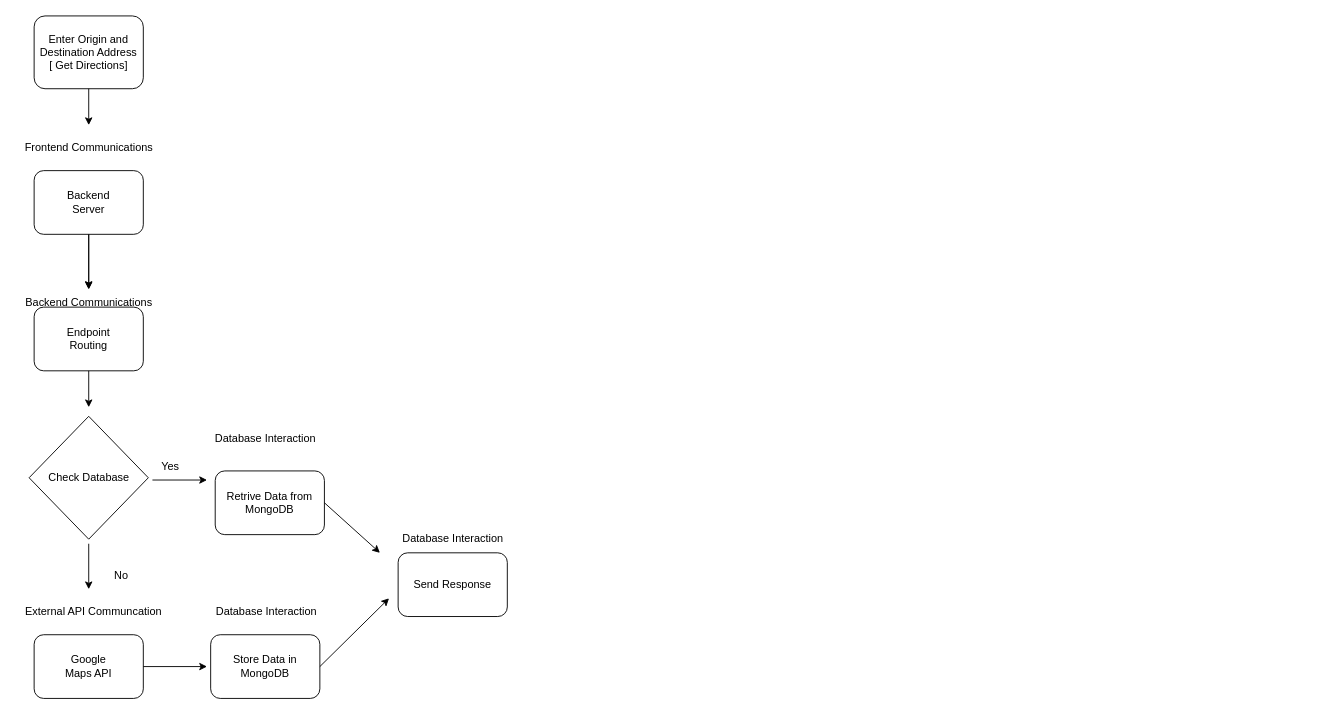
The draw.io diagram flowChart.drawio in dead9ixel6/map-routing-service, before the edit. Source tidied: cells renumbered, new cells numbered last; positions are measured from the earlier drawing's top-left corner, leaving out a move shared by most shapes. Both pictures are drawn from the tidied source at 91%, with x=0, y=0 at pixel (15, 15).
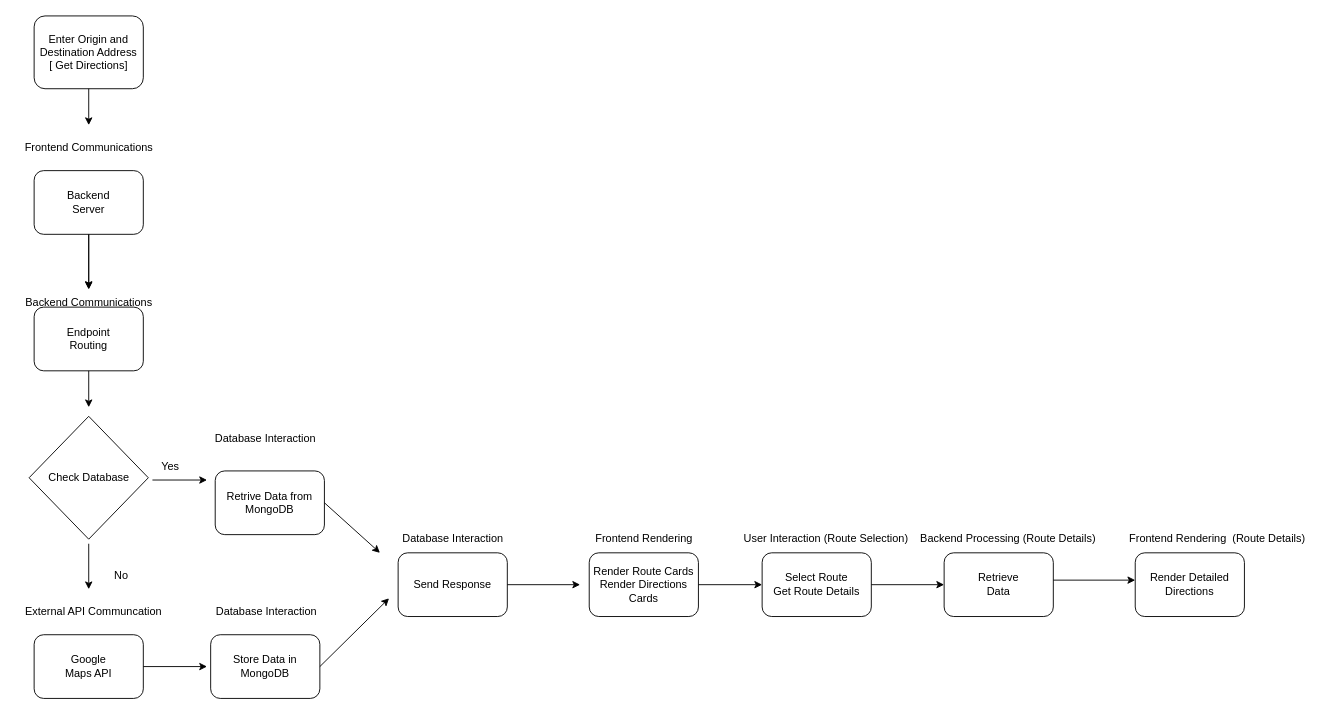
The same diagram, later.

Commit message (it also covers changes not shown here):
Flow Chart and System Design added

What changed in the source:
```diff
@@
+    <mxCell id="27" value="Render Route Cards&lt;br&gt;Render Directions Cards" style="rounded=1;whiteSpace=wrap;html=1;" parent="1" vertex="1">
+      <mxGeometry x="630" y="590" width="120" height="70" as="geometry" />
+    </mxCell>
+    <mxCell id="28" value="Frontend Rendering" style="text;html=1;align=center;verticalAlign=middle;strokeColor=none;fillColor=none;" parent="1" vertex="1">
+      <mxGeometry x="625" y="560" width="130" height="30" as="geometry" />
+    </mxCell>
+    <mxCell id="29" style="endArrow=classic;html=1;rounded=0;" parent="1" edge="1">
+      <mxGeometry relative="1" as="geometry">
+        <mxPoint x="540" y="625" as="sourcePoint" />
+        <mxPoint x="620" y="625" as="targetPoint" />
+      </mxGeometry>
+    </mxCell>
+    <mxCell id="30" value="Select Route&lt;br&gt;Get Route Details" style="rounded=1;whiteSpace=wrap;html=1;" parent="1" vertex="1">
+      <mxGeometry x="820" y="590" width="120" height="70" as="geometry" />
+    </mxCell>
+    <mxCell id="31" value="User Interaction (Route Selection)" style="text;html=1;align=center;verticalAlign=middle;strokeColor=none;fillColor=none;" parent="1" vertex="1">
+      <mxGeometry x="790" y="560" width="200" height="30" as="geometry" />
+    </mxCell>
+    <mxCell id="32" style="endArrow=classic;html=1;rounded=0;exitX=1;exitY=0.5;exitDx=0;exitDy=0;entryX=0;entryY=0.5;entryDx=0;entryDy=0;" parent="1" edge="1" source="27" target="30">
+      <mxGeometry relative="1" as="geometry" />
+    </mxCell>
+    <mxCell id="33" value="Backend Processing (Route Details)" style="text;html=1;align=center;verticalAlign=middle;strokeColor=none;fillColor=none;" parent="1" vertex="1">
+      <mxGeometry x="980" y="560" width="220" height="30" as="geometry" />
+    </mxCell>
+    <mxCell id="34" value="Retrieve &lt;br&gt;Data" style="rounded=1;whiteSpace=wrap;html=1;" parent="1" vertex="1">
+      <mxGeometry x="1020" y="590" width="120" height="70" as="geometry" />
+    </mxCell>
+    <mxCell id="35" style="endArrow=classic;html=1;rounded=0;exitX=1;exitY=0.5;exitDx=0;exitDy=0;" parent="1" edge="1" source="30" target="34">
+      <mxGeometry relative="1" as="geometry" />
+    </mxCell>
+    <mxCell id="36" style="endArrow=classic;html=1;rounded=0;" parent="1" edge="1">
+      <mxGeometry relative="1" as="geometry">
+        <mxPoint x="1140" y="620" as="sourcePoint" />
+        <mxPoint x="1230" y="620" as="targetPoint" />
+      </mxGeometry>
+    </mxCell>
+    <mxCell id="37" value="Render Detailed Directions" style="rounded=1;whiteSpace=wrap;html=1;" parent="1" vertex="1">
+      <mxGeometry x="1230" y="590" width="120" height="70" as="geometry" />
+    </mxCell>
+    <mxCell id="38" value="Frontend Rendering&amp;nbsp; (Route Details)" style="text;html=1;align=center;verticalAlign=middle;strokeColor=none;fillColor=none;" parent="1" vertex="1">
+      <mxGeometry x="1210" y="560" width="220" height="30" as="geometry" />
+    </mxCell>
```
